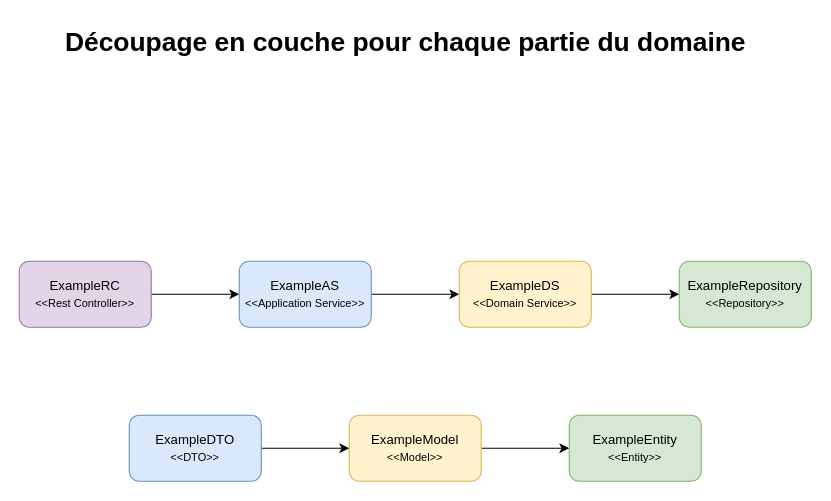
Before: page "Architecture Applicative" (3 of 3) of docs/Architecture.drawio in Sydher/ExploraLire, a draw.io diagram. Source tidied: cells renumbered, new cells numbered last; positions are measured from the earlier drawing's top-left corner, leaving out a move shared by most shapes. Both pictures are drawn from the tidied source at 110%, with x=0, y=0 at pixel (19, 19).
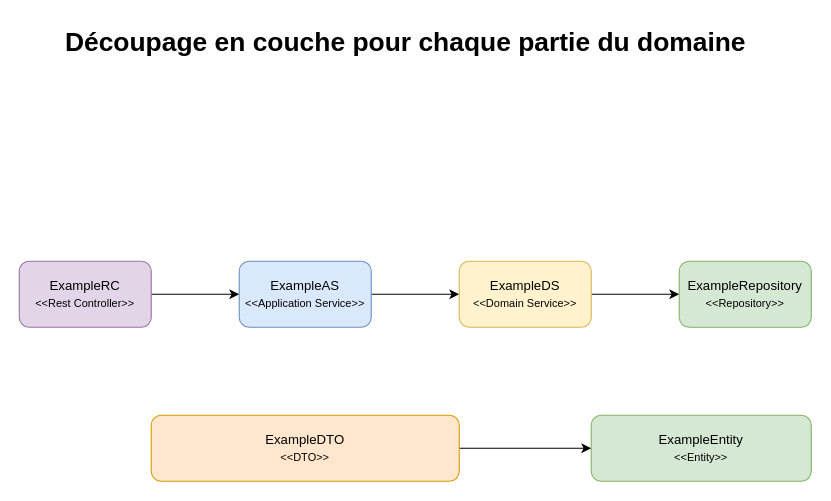
The same diagram, later.

What changed in the source:
```diff
@@
 <mxGraphModel>
   <root>
     <mxCell id="0" />
     <mxCell id="1" parent="0" />
     <mxCell id="2" style="edgeStyle=orthogonalEdgeStyle;rounded=0;jettySize=auto;html=1;entryX=0;entryY=0.5;entryDx=0;entryDy=0;" parent="1" edge="1" source="3" target="6">
       <mxGeometry relative="1" as="geometry" />
     </mxCell>
     <mxCell id="3" value="ExampleRC&lt;div&gt;&lt;font style=&quot;font-size: 10px;&quot;&gt;&amp;lt;&amp;lt;Rest Controller&amp;gt;&amp;gt;&lt;/font&gt;&lt;/div&gt;" style="rounded=1;whiteSpace=wrap;html=1;fillColor=#e1d5e7;strokeColor=#9673a6;" parent="1" vertex="1">
       <mxGeometry y="220" width="120" height="60" as="geometry" />
     </mxCell>
     <mxCell id="4" value="&lt;h1 style=&quot;margin-top: 0px;&quot;&gt;Découpage en couche pour chaque partie du domaine&lt;/h1&gt;" style="text;html=1;whiteSpace=wrap;overflow=hidden;rounded=0;" parent="1" vertex="1">
       <mxGeometry x="40" width="640" height="40" as="geometry" />
     </mxCell>
     <mxCell id="5" style="edgeStyle=orthogonalEdgeStyle;rounded=0;jettySize=auto;html=1;entryX=0;entryY=0.5;entryDx=0;entryDy=0;" parent="1" edge="1" source="6" target="8">
       <mxGeometry relative="1" as="geometry" />
     </mxCell>
     <mxCell id="6" value="ExampleAS&lt;div&gt;&lt;font style=&quot;font-size: 10px;&quot;&gt;&amp;lt;&amp;lt;Application Service&amp;gt;&amp;gt;&lt;/font&gt;&lt;/div&gt;" style="rounded=1;whiteSpace=wrap;html=1;fillColor=#dae8fc;strokeColor=#6c8ebf;" parent="1" vertex="1">
       <mxGeometry x="200" y="220" width="120" height="60" as="geometry" />
     </mxCell>
     <mxCell id="7" style="edgeStyle=orthogonalEdgeStyle;rounded=0;jettySize=auto;html=1;entryX=0;entryY=0.5;entryDx=0;entryDy=0;" parent="1" edge="1" source="8" target="9">
       <mxGeometry relative="1" as="geometry" />
     </mxCell>
     <mxCell id="8" value="ExampleDS&lt;div&gt;&lt;font style=&quot;font-size: 10px;&quot;&gt;&amp;lt;&amp;lt;Domain Service&amp;gt;&amp;gt;&lt;/font&gt;&lt;/div&gt;" style="rounded=1;whiteSpace=wrap;html=1;fillColor=#fff2cc;strokeColor=#d6b656;" parent="1" vertex="1">
       <mxGeometry x="400" y="220" width="120" height="60" as="geometry" />
     </mxCell>
     <mxCell id="9" value="ExampleRepository&lt;div&gt;&lt;font style=&quot;font-size: 10px;&quot;&gt;&amp;lt;&amp;lt;Repository&amp;gt;&amp;gt;&lt;/font&gt;&lt;/div&gt;" style="rounded=1;whiteSpace=wrap;html=1;fillColor=#d5e8d4;strokeColor=#82b366;" parent="1" vertex="1">
       <mxGeometry x="600" y="220" width="120" height="60" as="geometry" />
     </mxCell>
-    <mxCell id="10" style="edgeStyle=orthogonalEdgeStyle;rounded=0;jettySize=auto;html=1;entryX=0;entryY=0.5;entryDx=0;entryDy=0;" parent="1" edge="1" source="11" target="12">
-      <mxGeometry relative="1" as="geometry" />
-    </mxCell>
-    <mxCell id="11" value="ExampleModel&lt;div&gt;&lt;font style=&quot;font-size: 10px;&quot;&gt;&amp;lt;&amp;lt;Model&amp;gt;&amp;gt;&lt;/font&gt;&lt;/div&gt;" style="rounded=1;whiteSpace=wrap;html=1;fillColor=#fff2cc;strokeColor=#d6b656;" parent="1" vertex="1">
-      <mxGeometry x="300" y="360" width="120" height="60" as="geometry" />
-    </mxCell>
     <mxCell id="12" value="ExampleEntity&lt;div&gt;&lt;font style=&quot;font-size: 10px;&quot;&gt;&amp;lt;&amp;lt;Entity&amp;gt;&amp;gt;&lt;/font&gt;&lt;/div&gt;" style="rounded=1;whiteSpace=wrap;html=1;fillColor=#d5e8d4;strokeColor=#82b366;" parent="1" vertex="1">
-      <mxGeometry x="500" y="360" width="120" height="60" as="geometry" />
+      <mxGeometry x="520" y="360" width="200" height="60" as="geometry" />
     </mxCell>
-    <mxCell id="13" style="edgeStyle=orthogonalEdgeStyle;rounded=0;jettySize=auto;html=1;entryX=0;entryY=0.5;entryDx=0;entryDy=0;" parent="1" edge="1" source="14" target="11">
+    <mxCell id="13" style="edgeStyle=orthogonalEdgeStyle;rounded=0;jettySize=auto;html=1;entryX=0;entryY=0.5;entryDx=0;entryDy=0;" parent="1" edge="1" source="14" target="12">
       <mxGeometry relative="1" as="geometry" />
     </mxCell>
-    <mxCell id="14" value="ExampleDTO&lt;div&gt;&lt;font style=&quot;font-size: 10px;&quot;&gt;&amp;lt;&amp;lt;DTO&amp;gt;&amp;gt;&lt;/font&gt;&lt;/div&gt;" style="rounded=1;whiteSpace=wrap;html=1;fillColor=#dae8fc;strokeColor=#6c8ebf;" parent="1" vertex="1">
-      <mxGeometry x="100" y="360" width="120" height="60" as="geometry" />
+    <mxCell id="14" value="ExampleDTO&lt;div&gt;&lt;font style=&quot;font-size: 10px;&quot;&gt;&amp;lt;&amp;lt;DTO&amp;gt;&amp;gt;&lt;/font&gt;&lt;/div&gt;" style="rounded=1;whiteSpace=wrap;html=1;fillColor=#ffe6cc;strokeColor=#d79b00;" parent="1" vertex="1">
+      <mxGeometry x="120" y="360" width="280" height="60" as="geometry" />
     </mxCell>
   </root>
 </mxGraphModel>
```
